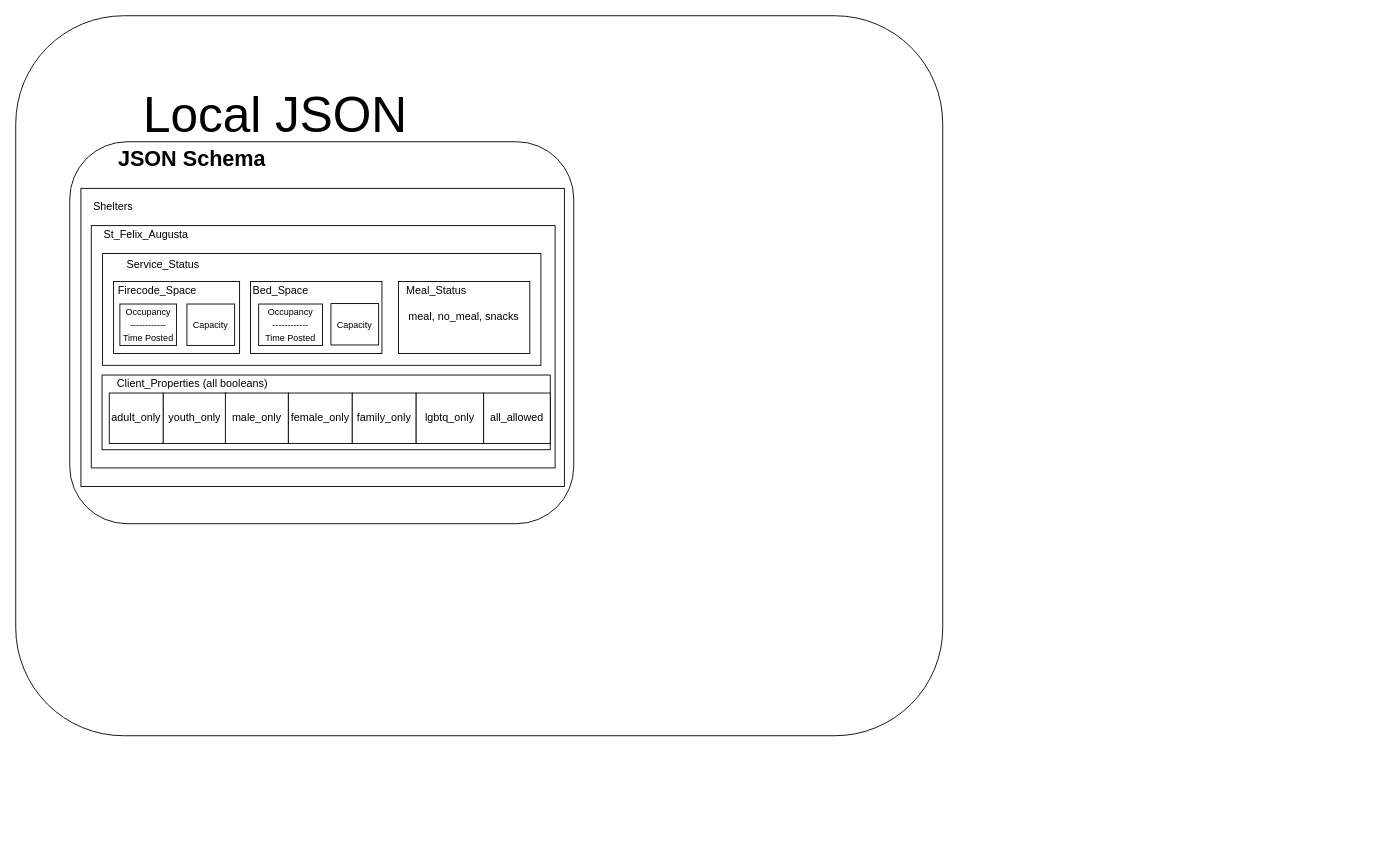
This is page "Page-4" (4 of 4) of diagrams/chalmers-signal-occupancy.drawio from chalmersproject/openshelter-signal, a draw.io file, before an edit. Source tidied: cells renumbered, new cells numbered last; positions are measured from the earlier drawing's top-left corner, leaving out a move shared by most shapes. Both pictures are drawn from the tidied source at 90%, with x=0, y=0 at pixel (15, 15).
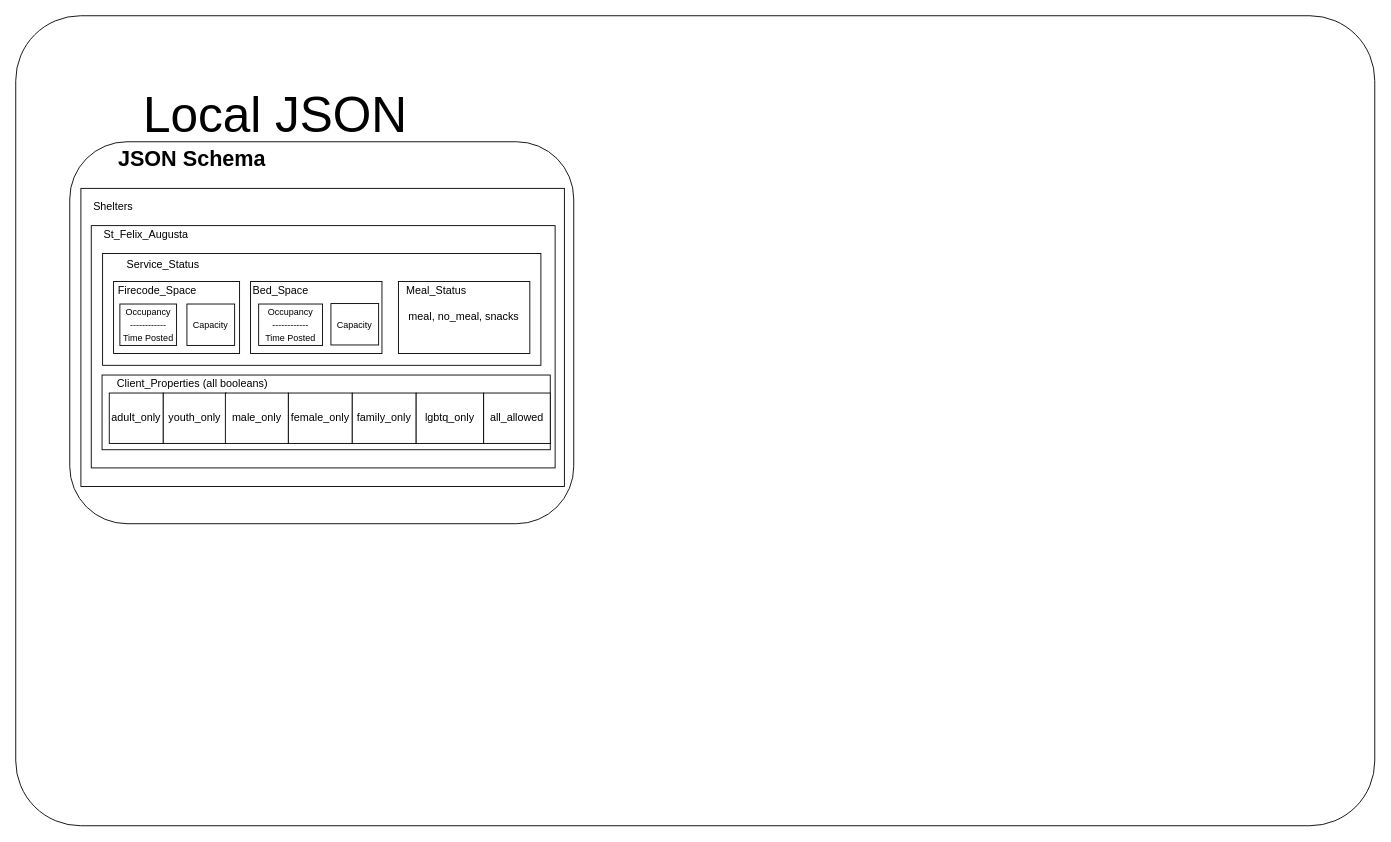
Above is the later version.

Change to the diagram source:
```diff
@@
-    <mxCell id="2" style="rounded=1;whiteSpace=wrap;html=1;" parent="1" vertex="1">
-      <mxGeometry width="1030" height="800" as="geometry" />
+    <mxCell id="2" style="rounded=1;whiteSpace=wrap;html=1;arcSize=8;" parent="1" vertex="1">
+      <mxGeometry width="1510" height="900" as="geometry" />
     </mxCell>
```
